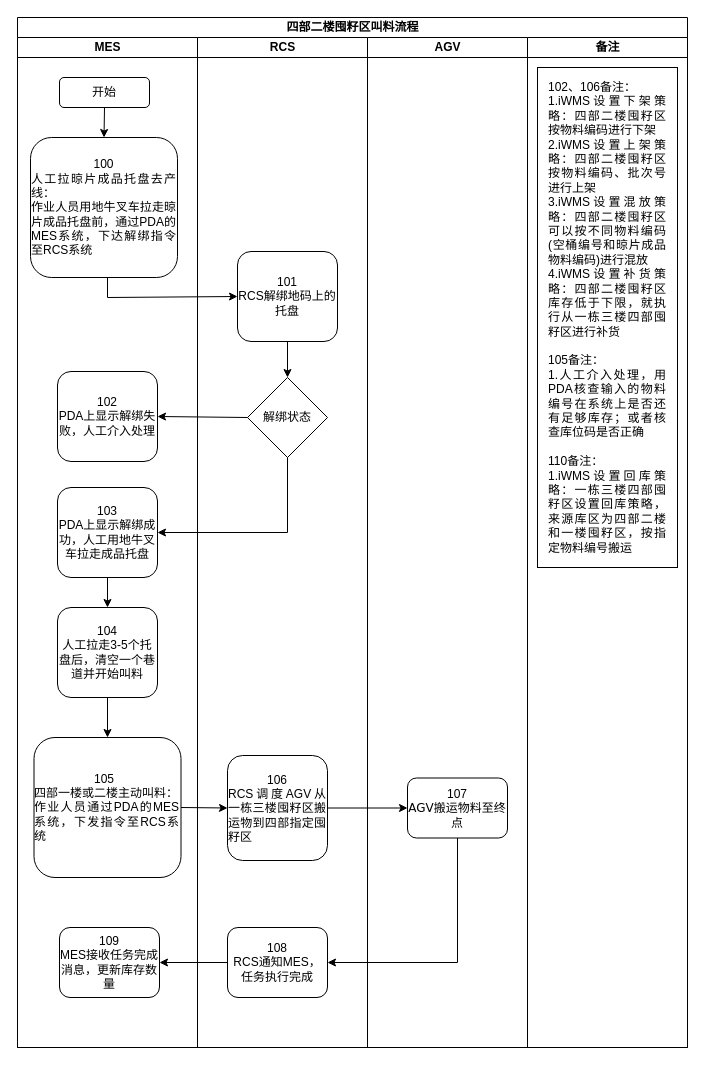
The draw.io diagram page "四部二楼囤籽区叫料流程" (10 of 18) of data/伍子醉-MES系统调度业务流程图 的副本.drawio in chenyanxi/hosts, before the edit. Source tidied: cells renumbered, new cells numbered last; positions are measured from the earlier drawing's top-left corner, leaving out a move shared by most shapes. Both pictures are drawn from the tidied source at 100%, with x=0, y=0 at pixel (17, 17).
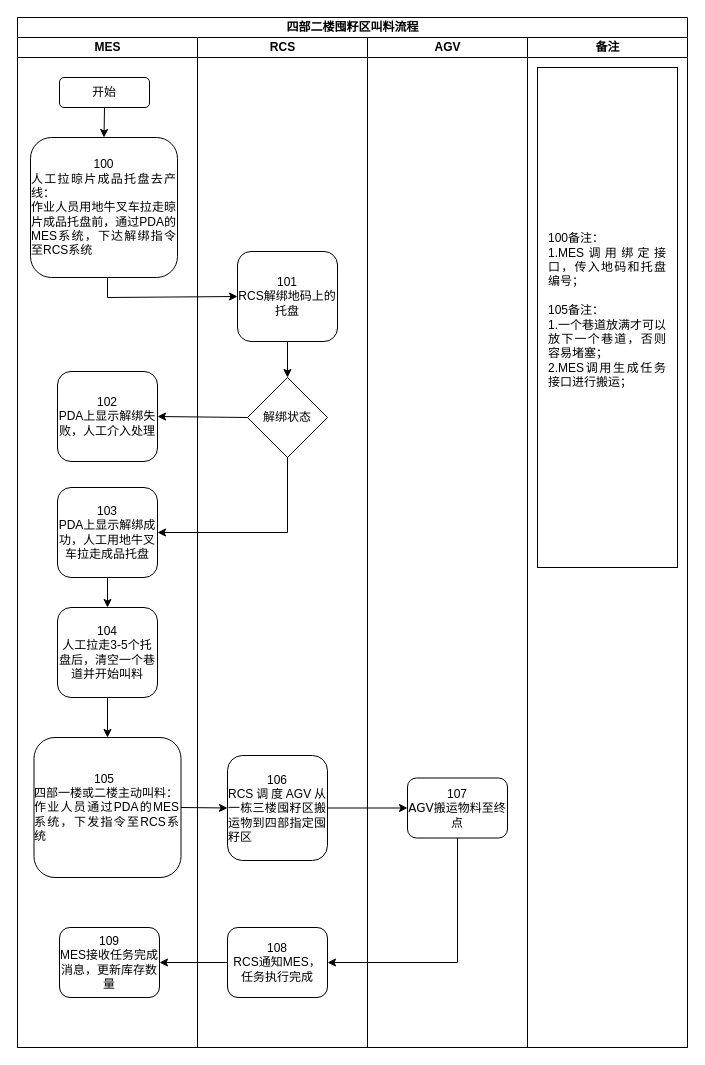
The same page after the edit.

The change refers to these unchanged cells:
```xml
<mxCell id="22" value="备注" style="swimlane;html=1;startSize=20;" parent="2" vertex="1">
  <mxGeometry x="510" y="20" width="160" height="1010" as="geometry" />
</mxCell>
```

The edit, as a diff of the source:
```diff
@@
-    <mxCell id="23" value="&lt;div style=&quot;text-align: justify;&quot;&gt;102、106备注：&lt;/div&gt;&lt;div style=&quot;text-align: justify;&quot;&gt;&lt;div style=&quot;text-align: justify;&quot;&gt;&lt;span style=&quot;text-align: center; background-color: initial;&quot;&gt;1.iWMS设置下架策略：四部二楼囤籽区按物料编码进行下架&lt;/span&gt;&lt;/div&gt;&lt;div style=&quot;text-align: justify;&quot;&gt;&lt;span style=&quot;text-align: center;&quot;&gt;2.&lt;/span&gt;&lt;span style=&quot;background-color: initial; text-align: center;&quot;&gt;iWMS设置上架策略：&lt;/span&gt;&lt;span style=&quot;text-align: center;&quot;&gt;四部二楼囤籽区&lt;/span&gt;&lt;span style=&quot;background-color: initial; text-align: center;&quot;&gt;按物料编码、批次号进行上架&lt;/span&gt;&lt;/div&gt;&lt;div&gt;&lt;div&gt;3.iWMS设置混放策略：&lt;span style=&quot;text-align: center;&quot;&gt;四部二楼囤籽区&lt;/span&gt;可以按不同物料编码(空桶编号和晾片成品物料编码)进行混放&lt;/div&gt;&lt;div&gt;4.iWMS设置补货策略：&lt;span style=&quot;text-align: center;&quot;&gt;四部二楼囤籽区&lt;/span&gt;库存低于下限，就执行从一栋三楼四部囤籽区进行补货&lt;/div&gt;&lt;/div&gt;&lt;/div&gt;&lt;div style=&quot;text-align: justify;&quot;&gt;&lt;span style=&quot;text-align: center;&quot;&gt;&lt;br&gt;&lt;/span&gt;&lt;/div&gt;&lt;div style=&quot;text-align: justify;&quot;&gt;&lt;span style=&quot;text-align: center;&quot;&gt;105备注：&lt;/span&gt;&lt;/div&gt;&lt;div style=&quot;text-align: justify;&quot;&gt;1.人工介入处理，用PDA核查输入的物料编号在系统上是否还有足够库存；或者核查库位码是否正确&lt;/div&gt;&lt;div style=&quot;text-align: justify;&quot;&gt;&lt;br&gt;&lt;/div&gt;&lt;div style=&quot;text-align: justify;&quot;&gt;&lt;div&gt;&lt;div&gt;110备注：&lt;/div&gt;&lt;div&gt;1.iWMS设置回库策略：一栋三楼四部囤籽区设置回库策略，来源库区为四部二楼和一楼囤籽区，按指定物料编号搬运&lt;/div&gt;&lt;/div&gt;&lt;/div&gt;" style="rounded=0;whiteSpace=wrap;html=1;spacingTop=5;spacingLeft=10;spacingBottom=5;spacingRight=10;" parent="22" vertex="1">
+    <mxCell id="23" value="&lt;div style=&quot;text-align: justify;&quot;&gt;100备注：&lt;/div&gt;&lt;div style=&quot;text-align: justify;&quot;&gt;1.MES调用绑定接口，传入地码和托盘编号；&lt;/div&gt;&lt;div style=&quot;text-align: justify;&quot;&gt;&lt;br&gt;&lt;/div&gt;&lt;div style=&quot;text-align: justify;&quot;&gt;105备注：&lt;/div&gt;&lt;div style=&quot;text-align: justify;&quot;&gt;1.一个巷道放满才可以放下一个巷道，否则容易堵塞；&lt;/div&gt;&lt;div style=&quot;text-align: justify;&quot;&gt;2.MES调用生成任务接口进行搬运；&lt;/div&gt;&lt;div style=&quot;text-align: justify;&quot;&gt;&lt;br&gt;&lt;/div&gt;" style="rounded=0;whiteSpace=wrap;html=1;spacingTop=5;spacingLeft=10;spacingBottom=5;spacingRight=10;" parent="22" vertex="1">
       <mxGeometry x="10" y="30" width="140" height="500" as="geometry" />
     </mxCell>
```
